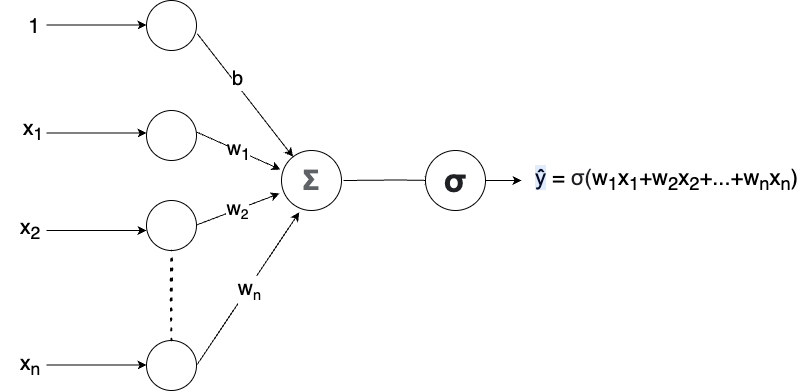
Above: images/NNLogistic.drawio.png in AashitaK/datasets (draw.io), before the change. Source tidied: cells renumbered, new cells last; positions are measured from the earlier drawing's top-left corner, leaving out a move shared by most shapes.
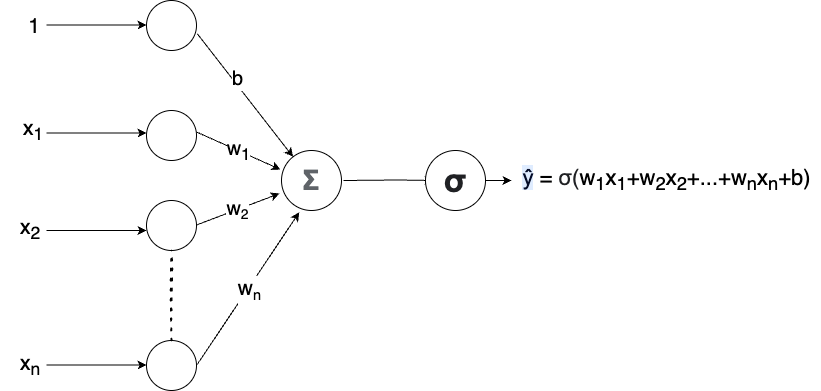
After the change.

Change to the diagram source:
```diff
@@ -90,8 +90,8 @@
     <mxCell id="22" style="endArrow=none;html=1;strokeWidth=2;rounded=0;fontSize=21;exitX=0.5;exitY=0;exitDx=0;exitDy=0;entryX=0.5;entryY=1;entryDx=0;entryDy=0;shadow=0;sketch=1;jumpSize=8;dashed=1;dashPattern=1 4;" parent="1" edge="1" source="17" target="3">
       <mxGeometry relative="1" as="geometry" />
     </mxCell>
-    <mxCell id="23" value="&lt;font style=&quot;font-size: 22px;&quot;&gt;&lt;span style=&quot;background-color: rgba(80, 151, 255, 0.18); color: rgb(4, 12, 40); font-family: &amp;quot;Google Sans&amp;quot;, Roboto, arial, sans-serif; text-align: left;&quot;&gt;ŷ&lt;/span&gt;&amp;nbsp;=&amp;nbsp;&lt;span style=&quot;color: rgb(32, 33, 36); font-family: Roboto, arial, sans-serif; text-align: start; background-color: rgb(255, 255, 255);&quot;&gt;σ(&lt;/span&gt;w&lt;sub style=&quot;&quot;&gt;1&lt;/sub&gt;x&lt;sub style=&quot;&quot;&gt;1&lt;/sub&gt;+w&lt;sub style=&quot;&quot;&gt;2&lt;/sub&gt;x&lt;sub style=&quot;&quot;&gt;2&lt;/sub&gt;+...+w&lt;sub style=&quot;&quot;&gt;n&lt;/sub&gt;x&lt;sub style=&quot;&quot;&gt;n&lt;/sub&gt;)&lt;/font&gt;" style="text;html=1;align=center;verticalAlign=middle;points=[];strokeColor=none;fillColor=none;fontSize=21;" parent="1" vertex="1">
-      <mxGeometry x="521" y="160" width="290" height="40" as="geometry" />
+    <mxCell id="23" value="&lt;font style=&quot;font-size: 22px;&quot;&gt;&lt;span style=&quot;background-color: rgba(80, 151, 255, 0.18); color: rgb(4, 12, 40); font-family: &amp;quot;Google Sans&amp;quot;, Roboto, arial, sans-serif; text-align: left;&quot;&gt;ŷ&lt;/span&gt;&amp;nbsp;=&amp;nbsp;&lt;span style=&quot;color: rgb(32, 33, 36); font-family: Roboto, arial, sans-serif; text-align: start; background-color: rgb(255, 255, 255);&quot;&gt;σ(&lt;/span&gt;w&lt;sub style=&quot;&quot;&gt;1&lt;/sub&gt;x&lt;sub style=&quot;&quot;&gt;1&lt;/sub&gt;+w&lt;sub style=&quot;&quot;&gt;2&lt;/sub&gt;x&lt;sub style=&quot;&quot;&gt;2&lt;/sub&gt;+...+w&lt;sub style=&quot;&quot;&gt;n&lt;/sub&gt;x&lt;sub style=&quot;&quot;&gt;n&lt;/sub&gt;+b)&lt;/font&gt;" style="text;html=1;align=center;verticalAlign=middle;points=[];strokeColor=none;fillColor=none;fontSize=21;" parent="1" vertex="1">
+      <mxGeometry x="511" y="160" width="310" height="40" as="geometry" />
     </mxCell>
     <mxCell id="24" value="&lt;div style=&quot;text-align: left;&quot;&gt;&lt;span style=&quot;color: rgb(32, 33, 36); font-family: Roboto, arial, sans-serif; background-color: rgb(255, 255, 255);&quot;&gt;&lt;font size=&quot;1&quot; style=&quot;&quot;&gt;&lt;b style=&quot;font-size: 33px;&quot;&gt;σ&lt;/b&gt;&lt;/font&gt;&lt;/span&gt;&lt;br&gt;&lt;/div&gt;" style="ellipse;whiteSpace=wrap;html=1;" parent="1" vertex="1">
       <mxGeometry x="425" y="150" width="60" height="60" as="geometry" />
```
